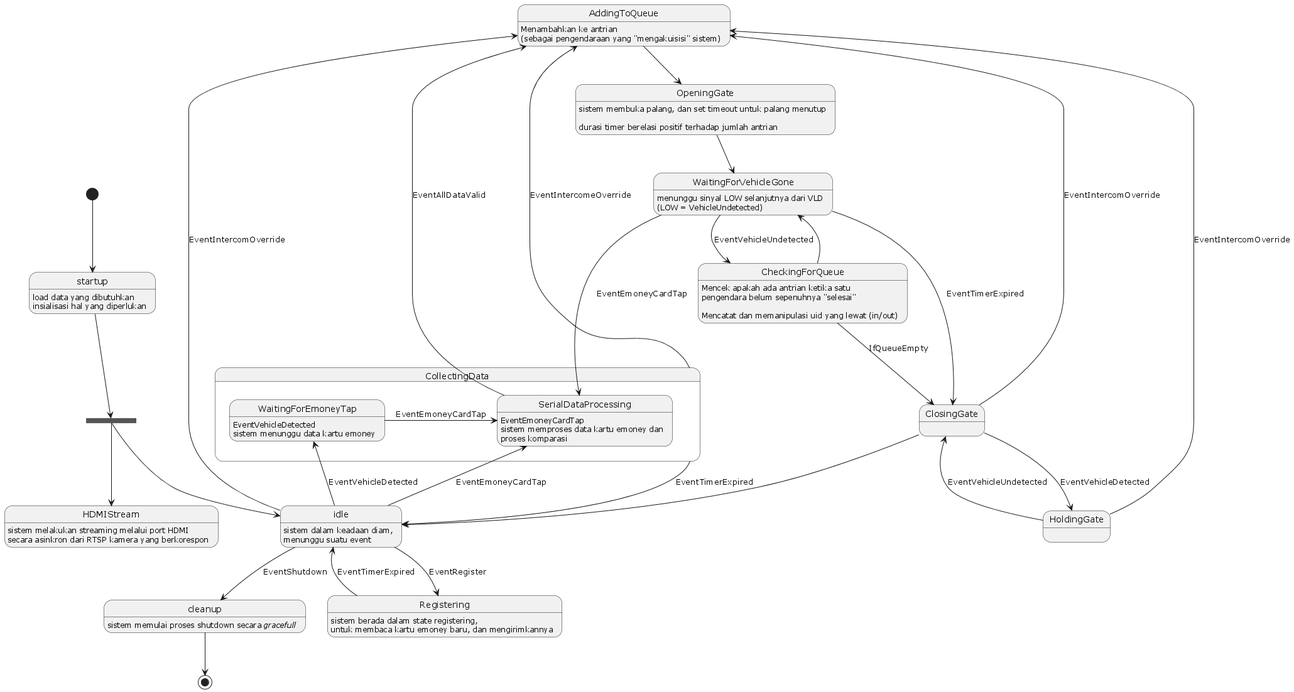
This is assets/app_state.png from Berigoo/onegate-parking, a PlantUML export, as it was before one commit.
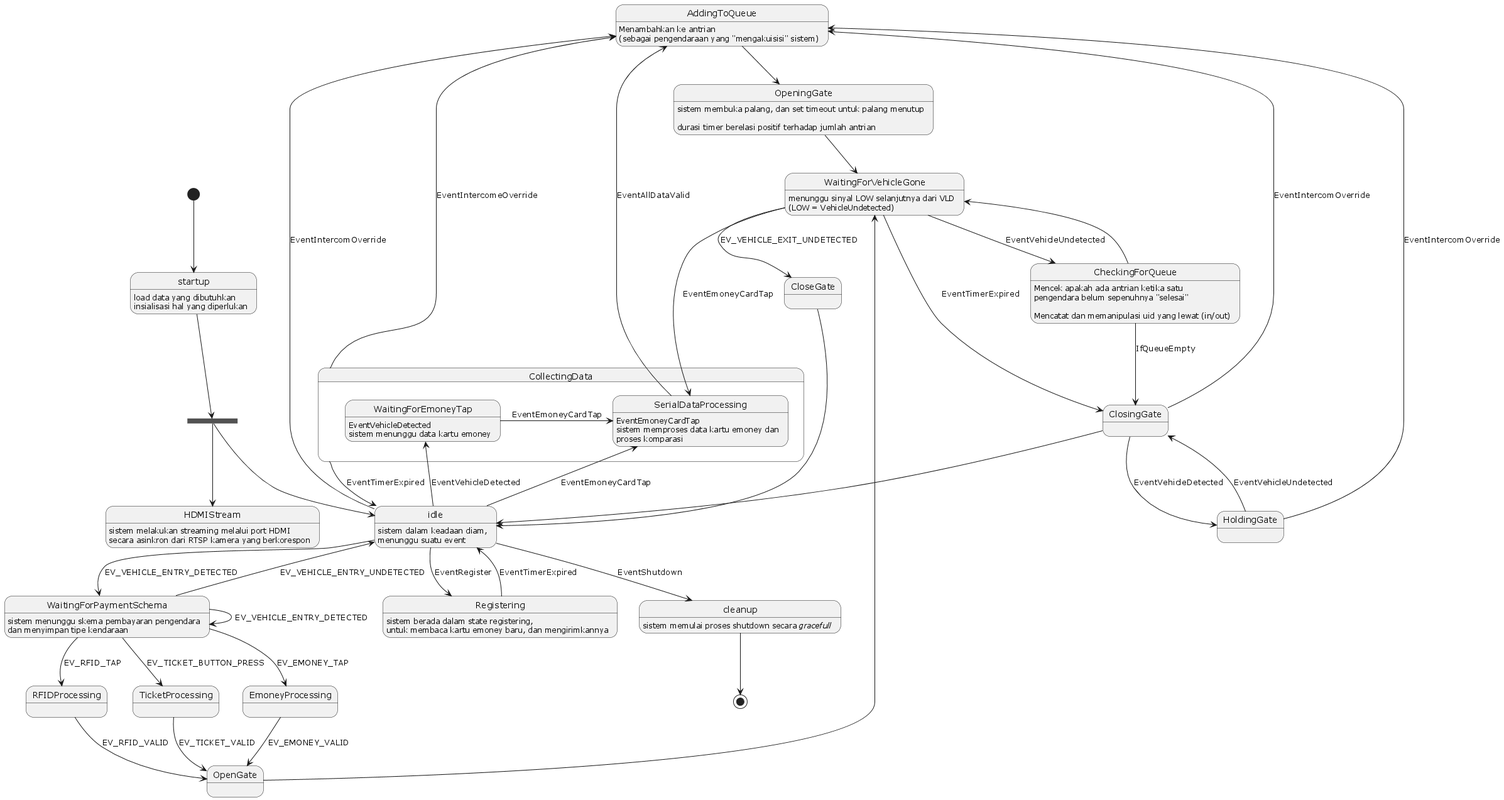
After the commit.

Change to the diagram source:
```diff
@@ -12,6 +12,25 @@
 	idle --> SerialDataProcessing : EventEmoneyCardTap
 	WaitingForEmoneyTap -right-> SerialDataProcessing : EventEmoneyCardTap
 }
+
+idle --> WaitingForPaymentSchema : EV_VEHICLE_ENTRY_DETECTED
+WaitingForPaymentSchema --> WaitingForPaymentSchema : EV_VEHICLE_ENTRY_DETECTED
+WaitingForPaymentSchema --> idle : EV_VEHICLE_ENTRY_UNDETECTED
+
+WaitingForPaymentSchema --> EmoneyProcessing : EV_EMONEY_TAP
+WaitingForPaymentSchema --> RFIDProcessing : EV_RFID_TAP
+WaitingForPaymentSchema --> TicketProcessing : EV_TICKET_BUTTON_PRESS
+
+EmoneyProcessing --> OpenGate : EV_EMONEY_VALID
+RFIDProcessing --> OpenGate : EV_RFID_VALID
+TicketProcessing --> OpenGate : EV_TICKET_VALID
+
+OpenGate --> WaitingForVehicleGone
+
+WaitingForVehicleGone --> CloseGate : EV_VEHICLE_EXIT_UNDETECTED
+
+CloseGate --> idle
+
 SerialDataProcessing -left-> AddingToQueue : EventAllDataValid
 AddingToQueue --> OpeningGate
 
@@ -46,6 +65,7 @@
 startup : insialisasi hal yang diperlukan
 idle : sistem dalam keadaan diam,\nmenunggu suatu event
 WaitingForEmoneyTap : sistem menunggu data kartu emoney
+WaitingForPaymentSchema : sistem menunggu skema pembayaran pengendara\ndan menyimpan tipe kendaraan
 SerialDataProcessing : sistem memproses data kartu emoney dan\nproses komparasi
 OpeningGate : sistem membuka palang, dan set timeout untuk palang menutup\n\ndurasi timer berelasi positif terhadap jumlah antrian
 CheckingForQueue : Mencek apakah ada antrian ketika satu\npengendara belum sepenuhnya "selesai"\n\nMencatat dan memanipulasi uid yang lewat (in/out)
```
